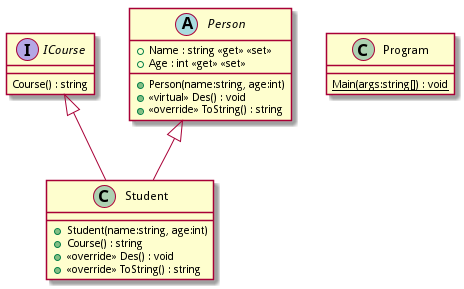
Earlier version of the PlantUML export TestUML/include.png (mmachel/Basics).
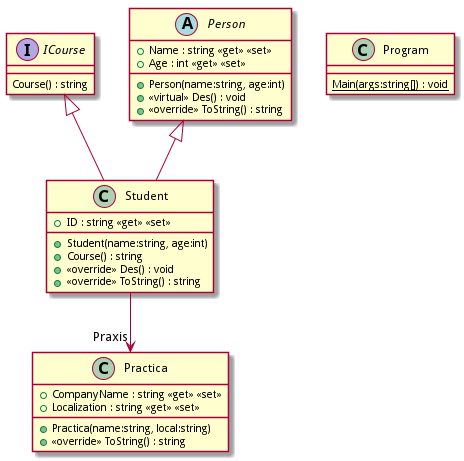
Above is the later version.

Commit message:
Add new class diagramm

The edit, as a diff of the source:
```diff
@@ -9,7 +9,14 @@
     + <<virtual>> Des() : void
     + <<override>> ToString() : string
 }
+class Practica {
+    + CompanyName : string <<get>> <<set>>
+    + Localization : string <<get>> <<set>>
+    + Practica(name:string, local:string)
+    + <<override>> ToString() : string
+}
 class Student {
+    + ID : string <<get>> <<set>>
     + Student(name:string, age:int)
     + Course() : string
     + <<override>> Des() : void
@@ -20,4 +27,5 @@
 }
 Person <|-- Student
 ICourse <|-- Student
+Student --> "Praxis" Practica
 @enduml
```
